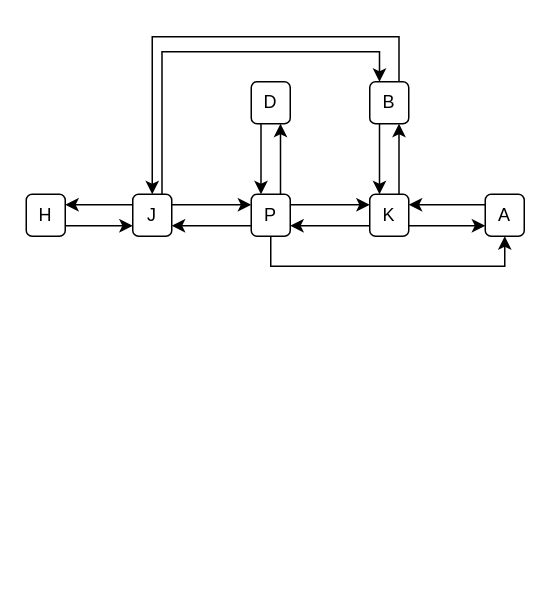
Earlier version of the draw.io diagram page "Seite-11" (11 of 11) of Graph.drawio (JoernWVSG/diagram). Source tidied: cells renumbered, new cells numbered last; positions are measured from the earlier drawing's top-left corner, leaving out a move shared by most shapes. Both pictures are drawn from the tidied source at 150%, with x=0, y=0 at pixel (26, 36).
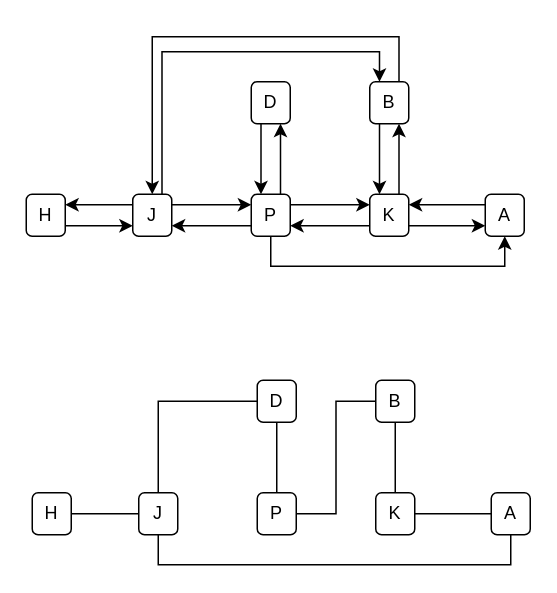
Above is the later version.

What changed in the source:
```diff
@@
+    <mxCell id="24" style="edgeStyle=orthogonalEdgeStyle;rounded=0;jettySize=auto;html=1;exitX=0;exitY=0.5;exitDx=0;exitDy=0;endArrow=none;endFill=0;" parent="1" edge="1" source="25" target="34">
+      <mxGeometry relative="1" as="geometry" />
+    </mxCell>
+    <mxCell id="25" value="A" style="rounded=1;whiteSpace=wrap;html=1;" parent="1" vertex="1">
+      <mxGeometry x="310" y="304" width="26" height="28" as="geometry" />
+    </mxCell>
+    <mxCell id="26" value="B" style="rounded=1;whiteSpace=wrap;html=1;" parent="1" vertex="1">
+      <mxGeometry x="233" y="229" width="26" height="28" as="geometry" />
+    </mxCell>
+    <mxCell id="27" value="D" style="rounded=1;whiteSpace=wrap;html=1;" parent="1" vertex="1">
+      <mxGeometry x="154" y="229" width="26" height="28" as="geometry" />
+    </mxCell>
+    <mxCell id="28" style="edgeStyle=orthogonalEdgeStyle;rounded=0;jettySize=auto;html=1;exitX=0.5;exitY=0;exitDx=0;exitDy=0;entryX=0;entryY=0.5;entryDx=0;entryDy=0;endArrow=none;endFill=0;" parent="1" edge="1" source="30" target="27">
+      <mxGeometry relative="1" as="geometry" />
+    </mxCell>
+    <mxCell id="29" style="edgeStyle=orthogonalEdgeStyle;rounded=0;jettySize=auto;html=1;exitX=0.5;exitY=1;exitDx=0;exitDy=0;entryX=0.5;entryY=1;entryDx=0;entryDy=0;endArrow=none;endFill=0;" parent="1" edge="1" source="30" target="25">
+      <mxGeometry relative="1" as="geometry" />
+    </mxCell>
+    <mxCell id="30" value="J" style="rounded=1;whiteSpace=wrap;html=1;" parent="1" vertex="1">
+      <mxGeometry x="75" y="304" width="26" height="28" as="geometry" />
+    </mxCell>
+    <mxCell id="31" style="edgeStyle=orthogonalEdgeStyle;rounded=0;jettySize=auto;html=1;exitX=1;exitY=0.5;exitDx=0;exitDy=0;endArrow=none;endFill=0;" parent="1" edge="1" source="32" target="30">
+      <mxGeometry relative="1" as="geometry" />
+    </mxCell>
+    <mxCell id="32" value="H" style="rounded=1;whiteSpace=wrap;html=1;" parent="1" vertex="1">
+      <mxGeometry x="4" y="304" width="26" height="28" as="geometry" />
+    </mxCell>
+    <mxCell id="33" style="edgeStyle=orthogonalEdgeStyle;rounded=0;jettySize=auto;html=1;exitX=0.5;exitY=0;exitDx=0;exitDy=0;entryX=0.5;entryY=1;entryDx=0;entryDy=0;endArrow=none;endFill=0;" parent="1" edge="1" source="34" target="26">
+      <mxGeometry relative="1" as="geometry" />
+    </mxCell>
+    <mxCell id="34" value="K" style="rounded=1;whiteSpace=wrap;html=1;" parent="1" vertex="1">
+      <mxGeometry x="233" y="304" width="26" height="28" as="geometry" />
+    </mxCell>
+    <mxCell id="35" style="edgeStyle=orthogonalEdgeStyle;rounded=0;jettySize=auto;html=1;exitX=0.5;exitY=0;exitDx=0;exitDy=0;entryX=0.5;entryY=1;entryDx=0;entryDy=0;endArrow=none;endFill=0;" parent="1" edge="1" source="37" target="27">
+      <mxGeometry relative="1" as="geometry" />
+    </mxCell>
+    <mxCell id="36" style="edgeStyle=orthogonalEdgeStyle;rounded=0;jettySize=auto;html=1;exitX=1;exitY=0.5;exitDx=0;exitDy=0;entryX=0;entryY=0.5;entryDx=0;entryDy=0;endArrow=none;endFill=0;" parent="1" edge="1" source="37" target="26">
+      <mxGeometry relative="1" as="geometry" />
+    </mxCell>
+    <mxCell id="37" value="P" style="rounded=1;whiteSpace=wrap;html=1;" parent="1" vertex="1">
+      <mxGeometry x="154" y="304" width="26" height="28" as="geometry" />
+    </mxCell>
```
